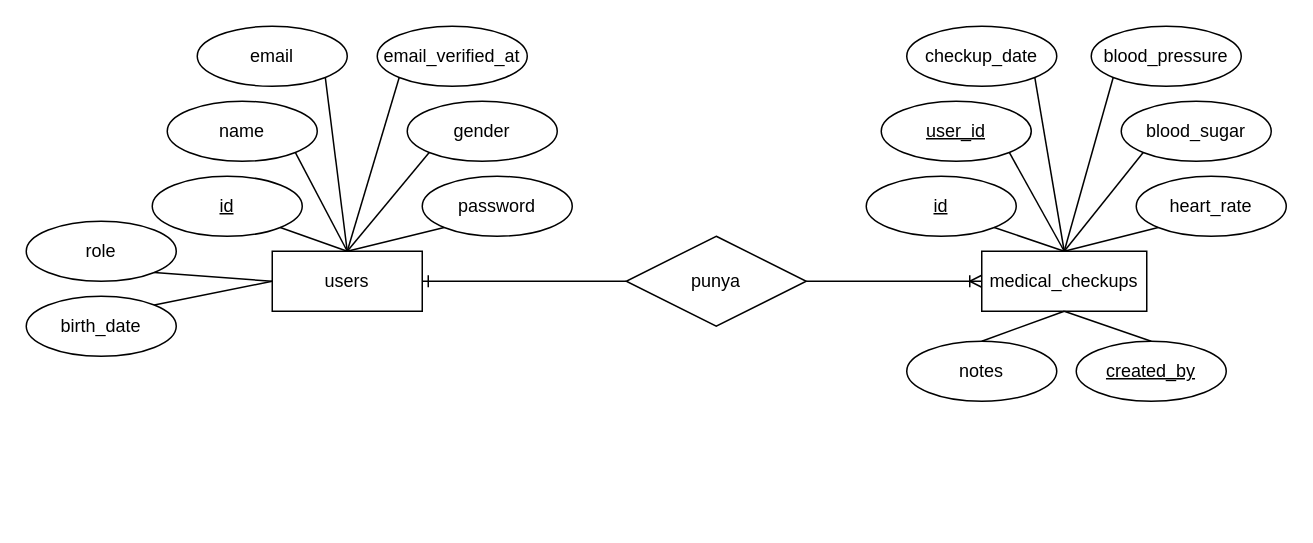
The draw.io diagram Healthy+ - Jurnal.drawio in dapzz-id/DrawIO, before the edit. Source tidied: cells renumbered, new cells numbered last; positions are measured from the earlier drawing's top-left corner, leaving out a move shared by most shapes. Both pictures are drawn from the tidied source at 150%, with x=0, y=0 at pixel (26, 26).
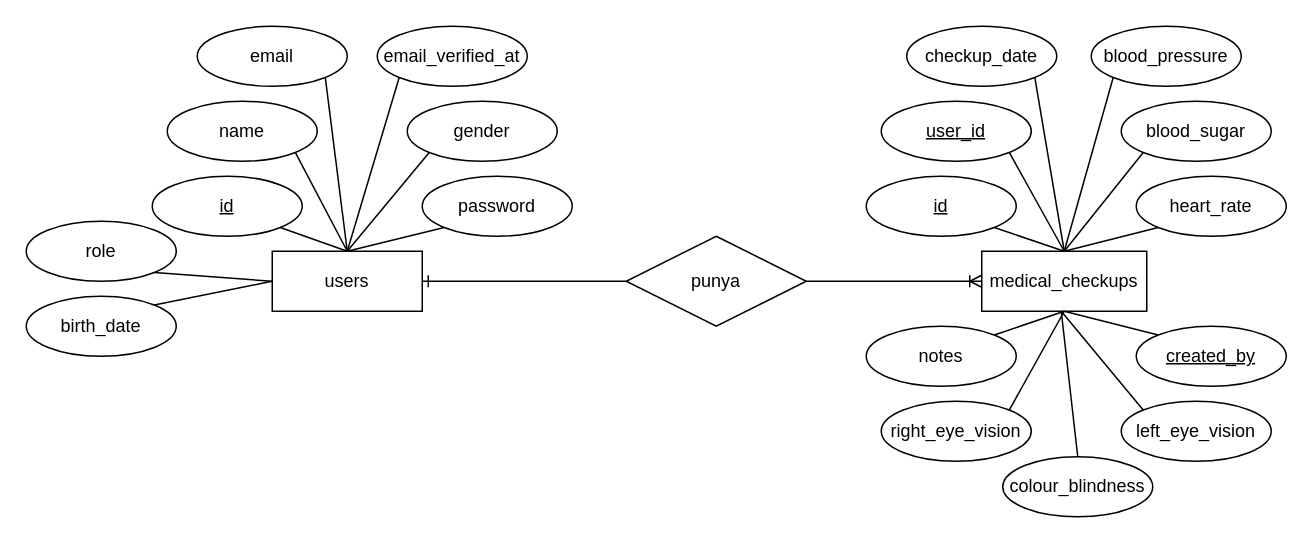
After the change.

Unchanged cells that the change refers to:
```xml
<mxCell id="22" value="medical_checkups" style="whiteSpace=wrap;html=1;align=center;" parent="1" vertex="1">
  <mxGeometry x="637" y="150" width="110" height="40" as="geometry" />
</mxCell>
```

Change to the diagram source:
```diff
@@
     <mxCell id="35" value="notes" style="ellipse;whiteSpace=wrap;html=1;align=center;" parent="1" vertex="1">
-      <mxGeometry x="587" y="210" width="100" height="40" as="geometry" />
+      <mxGeometry x="560" y="200" width="100" height="40" as="geometry" />
     </mxCell>
-    <mxCell id="36" style="endArrow=none;html=1;rounded=0;exitX=0.5;exitY=0;exitDx=0;exitDy=0;entryX=0.5;entryY=1;entryDx=0;entryDy=0;" parent="1" edge="1" source="35" target="22">
+    <mxCell id="36" style="endArrow=none;html=1;rounded=0;exitX=1;exitY=0;exitDx=0;exitDy=0;entryX=0.5;entryY=1;entryDx=0;entryDy=0;" parent="1" edge="1" source="35" target="22">
       <mxGeometry relative="1" as="geometry" />
     </mxCell>
     <mxCell id="37" value="created_by" style="ellipse;whiteSpace=wrap;html=1;align=center;fontStyle=4;" parent="1" vertex="1">
-      <mxGeometry x="700" y="210" width="100" height="40" as="geometry" />
+      <mxGeometry x="740" y="200" width="100" height="40" as="geometry" />
     </mxCell>
-    <mxCell id="38" style="endArrow=none;html=1;rounded=0;exitX=0.5;exitY=1;exitDx=0;exitDy=0;entryX=0.5;entryY=0;entryDx=0;entryDy=0;" parent="1" edge="1" source="22" target="37">
+    <mxCell id="38" style="endArrow=none;html=1;rounded=0;exitX=0.5;exitY=1;exitDx=0;exitDy=0;entryX=0;entryY=0;entryDx=0;entryDy=0;" parent="1" edge="1" source="22" target="37">
       <mxGeometry relative="1" as="geometry" />
     </mxCell>
+    <mxCell id="39" value="right_eye_vision" style="ellipse;whiteSpace=wrap;html=1;align=center;" parent="1" vertex="1">
+      <mxGeometry x="570" y="250" width="100" height="40" as="geometry" />
+    </mxCell>
+    <mxCell id="40" value="left_eye_vision" style="ellipse;whiteSpace=wrap;html=1;align=center;" parent="1" vertex="1">
+      <mxGeometry x="730" y="250" width="100" height="40" as="geometry" />
+    </mxCell>
+    <mxCell id="41" value="colour_blindness" style="ellipse;whiteSpace=wrap;html=1;align=center;" parent="1" vertex="1">
+      <mxGeometry x="651" y="287" width="100" height="40" as="geometry" />
+    </mxCell>
+    <mxCell id="42" style="endArrow=none;html=1;rounded=0;exitX=0.5;exitY=1;exitDx=0;exitDy=0;entryX=1;entryY=0;entryDx=0;entryDy=0;" parent="1" edge="1" source="22" target="39">
+      <mxGeometry relative="1" as="geometry" />
+    </mxCell>
+    <mxCell id="43" style="endArrow=none;html=1;rounded=0;exitX=0;exitY=0;exitDx=0;exitDy=0;" parent="1" edge="1" source="40">
+      <mxGeometry relative="1" as="geometry">
+        <mxPoint x="690" y="190" as="targetPoint" />
+      </mxGeometry>
+    </mxCell>
+    <mxCell id="44" style="endArrow=none;html=1;rounded=0;exitX=0.5;exitY=0;exitDx=0;exitDy=0;" parent="1" edge="1" source="41">
+      <mxGeometry relative="1" as="geometry">
+        <mxPoint x="690" y="190" as="targetPoint" />
+      </mxGeometry>
+    </mxCell>
```
